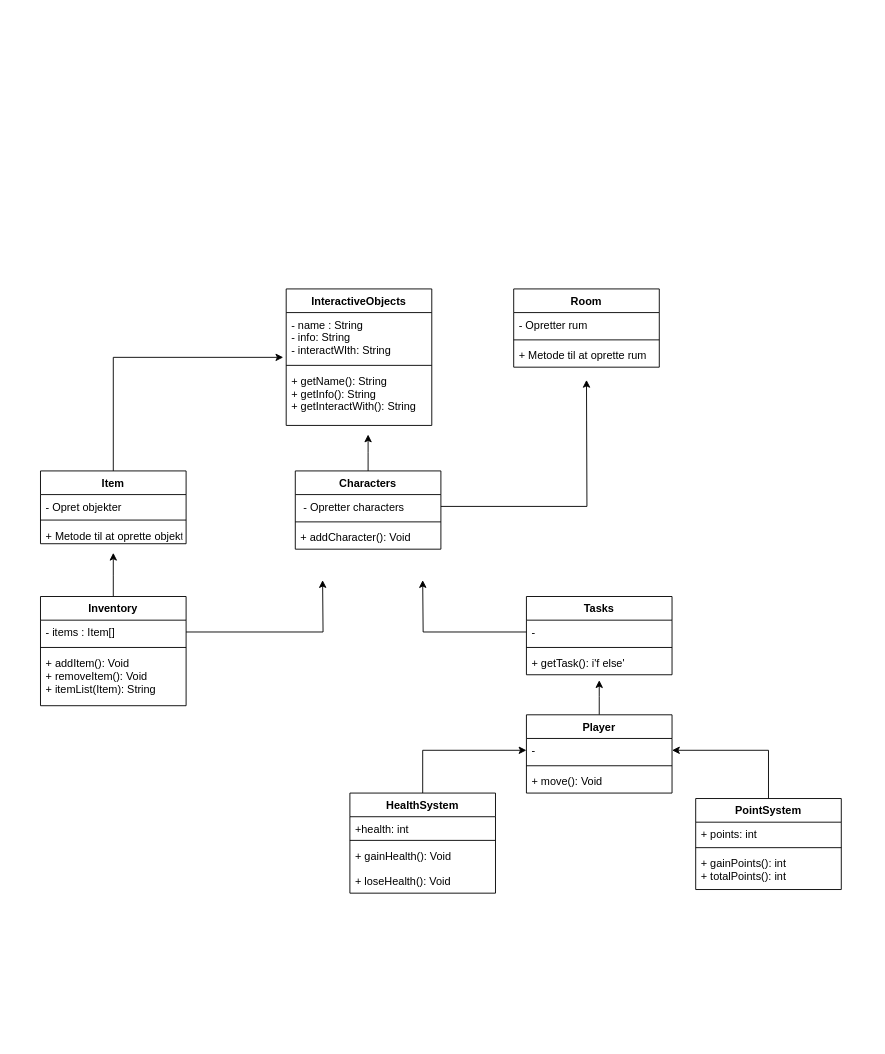
The draw.io diagram hvad skal hedde.drawio in sival19/Den-bedste-gruppe, before the edit. Source tidied: cells renumbered, new cells numbered last; positions are measured from the earlier drawing's top-left corner, leaving out a move shared by most shapes. Both pictures are drawn from the tidied source at 91%, with x=0, y=0 at pixel (40, 288).
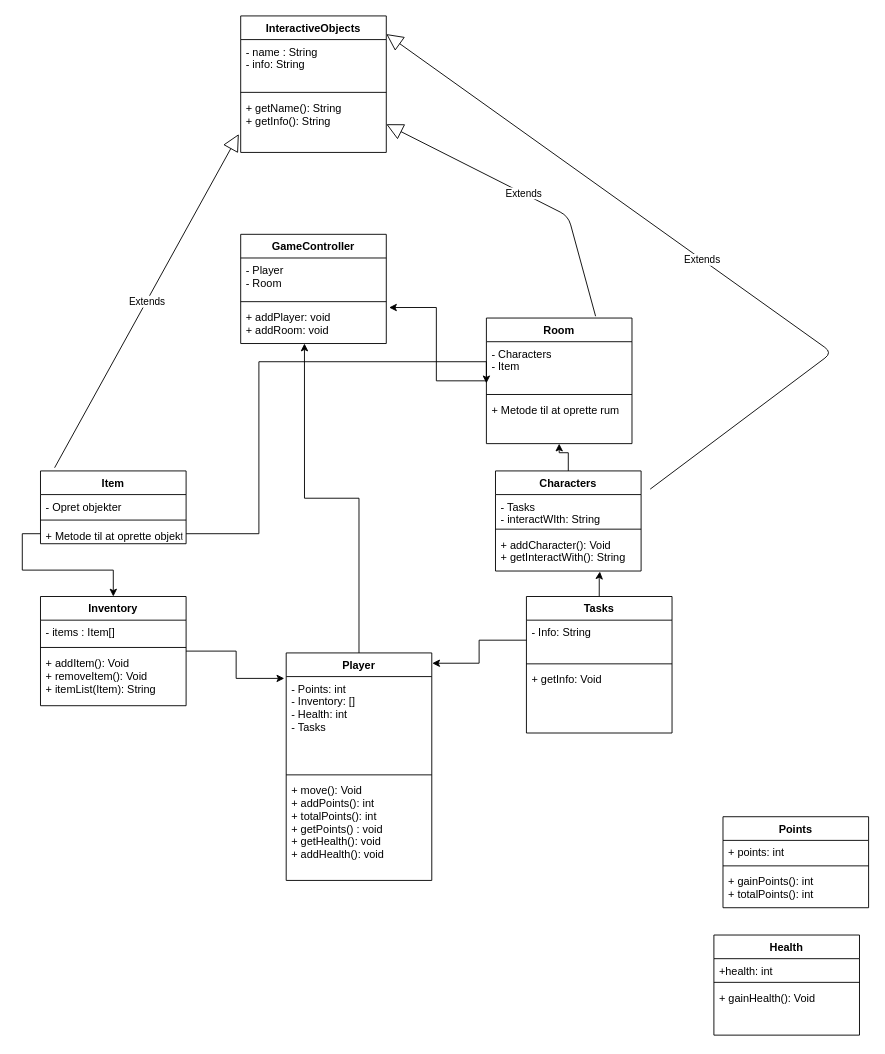
The same page after the edit.

Unchanged cells that the change refers to:
```xml
<mxCell id="22" value="Item" style="swimlane;fontStyle=1;align=center;verticalAlign=top;horizontal=1;startSize=26;" parent="1" vertex="1">
  <mxGeometry y="200" width="160" height="80" as="geometry" />
</mxCell>
<mxCell id="25" value="+ Metode til at oprette objekter" style="text;strokeColor=none;fillColor=none;align=left;verticalAlign=top;spacingLeft=4;spacingRight=4;overflow=hidden;points=[[0,0.5],[1,0.5]];portConstraint=eastwest;" parent="22" vertex="1">
  <mxGeometry y="58" width="160" height="22" as="geometry" />
</mxCell>
<mxCell id="43" value="Inventory" style="swimlane;fontStyle=1;align=center;verticalAlign=top;horizontal=1;startSize=26;" parent="1" vertex="1">
  <mxGeometry y="338" width="160" height="120" as="geometry" />
</mxCell>
<mxCell id="44" value="- items : Item[]" style="text;strokeColor=none;fillColor=none;align=left;verticalAlign=top;spacingLeft=4;spacingRight=4;overflow=hidden;points=[[0,0.5],[1,0.5]];portConstraint=eastwest;" parent="43" vertex="1">
  <mxGeometry y="26" width="160" height="26" as="geometry" />
</mxCell>
```

What changed in the source:
```diff
@@
     <mxCell id="2" value="InteractiveObjects" style="swimlane;fontStyle=1;align=center;verticalAlign=top;horizontal=1;startSize=26;" parent="1" vertex="1">
-      <mxGeometry x="270" width="160" height="150" as="geometry" />
+      <mxGeometry x="220" y="-300" width="160" height="150" as="geometry" />
     </mxCell>
-    <mxCell id="3" value="- name : String&#10;- info: String&#10;- interactWIth: String" style="text;strokeColor=none;fillColor=none;align=left;verticalAlign=top;spacingLeft=4;spacingRight=4;overflow=hidden;points=[[0,0.5],[1,0.5]];portConstraint=eastwest;" parent="2" vertex="1">
+    <mxCell id="3" value="- name : String&#10;- info: String&#10;" style="text;strokeColor=none;fillColor=none;align=left;verticalAlign=top;spacingLeft=4;spacingRight=4;overflow=hidden;points=[[0,0.5],[1,0.5]];portConstraint=eastwest;" parent="2" vertex="1">
       <mxGeometry y="26" width="160" height="54" as="geometry" />
     </mxCell>
@@
-    <mxCell id="5" value="+ getName(): String&#10;+ getInfo(): String&#10;+ getInteractWith(): String" style="text;strokeColor=none;fillColor=none;align=left;verticalAlign=top;spacingLeft=4;spacingRight=4;overflow=hidden;points=[[0,0.5],[1,0.5]];portConstraint=eastwest;" parent="2" vertex="1">
+    <mxCell id="5" value="+ getName(): String&#10;+ getInfo(): String&#10;" style="text;strokeColor=none;fillColor=none;align=left;verticalAlign=top;spacingLeft=4;spacingRight=4;overflow=hidden;points=[[0,0.5],[1,0.5]];portConstraint=eastwest;" parent="2" vertex="1">
       <mxGeometry y="88" width="160" height="62" as="geometry" />
     </mxCell>
-    <mxCell id="6" style="edgeStyle=orthogonalEdgeStyle;rounded=0;jettySize=auto;html=1;entryX=0;entryY=0.5;entryDx=0;entryDy=0;" parent="1" edge="1" source="7" target="18">
-      <mxGeometry relative="1" as="geometry" />
-    </mxCell>
-    <mxCell id="7" value="HealthSystem" style="swimlane;fontStyle=1;align=center;verticalAlign=top;horizontal=1;startSize=26;" parent="1" vertex="1">
-      <mxGeometry x="340" y="554" width="160" height="110" as="geometry" />
+    <mxCell id="7" value="Health" style="swimlane;fontStyle=1;align=center;verticalAlign=top;horizontal=1;startSize=26;" parent="1" vertex="1">
+      <mxGeometry x="740" y="710" width="160" height="110" as="geometry" />
     </mxCell>
@@
-    <mxCell id="10" value="+ gainHealth(): Void&#10;&#10;+ loseHealth(): Void" style="text;strokeColor=none;fillColor=none;align=left;verticalAlign=top;spacingLeft=4;spacingRight=4;overflow=hidden;" parent="7" vertex="1">
+    <mxCell id="10" value="+ gainHealth(): Void&#10;" style="text;strokeColor=none;fillColor=none;align=left;verticalAlign=top;spacingLeft=4;spacingRight=4;overflow=hidden;" parent="7" vertex="1">
       <mxGeometry y="56" width="160" height="54" as="geometry" />
     </mxCell>
-    <mxCell id="11" style="edgeStyle=orthogonalEdgeStyle;rounded=0;jettySize=auto;html=1;entryX=1;entryY=0.5;entryDx=0;entryDy=0;" parent="1" edge="1" source="12" target="18">
-      <mxGeometry relative="1" as="geometry" />
-    </mxCell>
-    <mxCell id="12" value="PointSystem" style="swimlane;fontStyle=1;align=center;verticalAlign=top;horizontal=1;startSize=26;" parent="1" vertex="1">
-      <mxGeometry x="720" y="560" width="160" height="100" as="geometry" />
+    <mxCell id="12" value="Points" style="swimlane;fontStyle=1;align=center;verticalAlign=top;horizontal=1;startSize=26;" parent="1" vertex="1">
+      <mxGeometry x="750" y="580" width="160" height="100" as="geometry" />
     </mxCell>
@@
-    <mxCell id="16" style="edgeStyle=orthogonalEdgeStyle;rounded=0;jettySize=auto;html=1;" parent="1" edge="1" source="17">
-      <mxGeometry relative="1" as="geometry">
-        <mxPoint x="614" y="430" as="targetPoint" />
-      </mxGeometry>
-    </mxCell>
+    <mxCell id="47" style="edgeStyle=orthogonalEdgeStyle;rounded=0;jettySize=auto;html=1;entryX=0.438;entryY=1;entryDx=0;entryDy=0;entryPerimeter=0;" parent="1" edge="1" source="17" target="57">
+      <mxGeometry relative="1" as="geometry" />
+    </mxCell>
     <mxCell id="17" value="Player" style="swimlane;fontStyle=1;align=center;verticalAlign=top;horizontal=1;startSize=26;" parent="1" vertex="1">
-      <mxGeometry x="534" y="468" width="160" height="86" as="geometry" />
+      <mxGeometry x="270" y="400" width="160" height="250" as="geometry" />
     </mxCell>
-    <mxCell id="18" value="- " style="text;strokeColor=none;fillColor=none;align=left;verticalAlign=top;spacingLeft=4;spacingRight=4;overflow=hidden;points=[[0,0.5],[1,0.5]];portConstraint=eastwest;" parent="17" vertex="1">
-      <mxGeometry y="26" width="160" height="26" as="geometry" />
+    <mxCell id="18" value="- Points: int&#10;- Inventory: [] &#10;- Health: int&#10;- Tasks" style="text;strokeColor=none;fillColor=none;align=left;verticalAlign=top;spacingLeft=4;spacingRight=4;overflow=hidden;points=[[0,0.5],[1,0.5]];portConstraint=eastwest;" parent="17" vertex="1">
+      <mxGeometry y="26" width="160" height="104" as="geometry" />
     </mxCell>
     <mxCell id="19" style="line;strokeWidth=1;fillColor=none;align=left;verticalAlign=middle;spacingTop=-1;spacingLeft=3;spacingRight=3;labelPosition=right;" parent="17" vertex="1">
-      <mxGeometry y="52" width="160" height="8" as="geometry" />
+      <mxGeometry y="130" width="160" height="8" as="geometry" />
     </mxCell>
-    <mxCell id="20" value="+ move(): Void" style="text;strokeColor=none;fillColor=none;align=left;verticalAlign=top;spacingLeft=4;spacingRight=4;overflow=hidden;" parent="17" vertex="1">
-      <mxGeometry y="60" width="160" height="26" as="geometry" />
+    <mxCell id="20" value="+ move(): Void&#10;+ addPoints(): int&#10;+ totalPoints(): int&#10;+ getPoints() : void&#10;+ getHealth(): void&#10;+ addHealth(): void" style="text;strokeColor=none;fillColor=none;align=left;verticalAlign=top;spacingLeft=4;spacingRight=4;overflow=hidden;" parent="17" vertex="1">
+      <mxGeometry y="138" width="160" height="112" as="geometry" />
     </mxCell>
-    <mxCell id="21" style="edgeStyle=orthogonalEdgeStyle;rounded=0;jettySize=auto;html=1;entryX=-0.02;entryY=0.911;entryDx=0;entryDy=0;entryPerimeter=0;" parent="1" edge="1" source="22" target="3">
-      <mxGeometry relative="1" as="geometry" />
-    </mxCell>
@@
+    <mxCell id="48" style="edgeStyle=orthogonalEdgeStyle;rounded=0;jettySize=auto;html=1;entryX=0.717;entryY=1.013;entryDx=0;entryDy=0;entryPerimeter=0;" parent="1" edge="1" source="26" target="40">
+      <mxGeometry relative="1" as="geometry" />
+    </mxCell>
     <mxCell id="26" value="Tasks" style="swimlane;fontStyle=1;align=center;verticalAlign=top;horizontal=1;startSize=26;" parent="1" vertex="1">
-      <mxGeometry x="534" y="338" width="160" height="86" as="geometry" />
+      <mxGeometry x="534" y="338" width="160" height="150" as="geometry" />
     </mxCell>
-    <mxCell id="27" value="-" style="text;strokeColor=none;fillColor=none;align=left;verticalAlign=top;spacingLeft=4;spacingRight=4;overflow=hidden;points=[[0,0.5],[1,0.5]];portConstraint=eastwest;" parent="26" vertex="1">
-      <mxGeometry y="26" width="160" height="26" as="geometry" />
+    <mxCell id="27" value="- Info: String" style="text;strokeColor=none;fillColor=none;align=left;verticalAlign=top;spacingLeft=4;spacingRight=4;overflow=hidden;points=[[0,0.5],[1,0.5]];portConstraint=eastwest;" parent="26" vertex="1">
+      <mxGeometry y="26" width="160" height="44" as="geometry" />
     </mxCell>
     <mxCell id="28" style="line;strokeWidth=1;fillColor=none;align=left;verticalAlign=middle;spacingTop=-1;spacingLeft=3;spacingRight=3;labelPosition=right;" parent="26" vertex="1">
-      <mxGeometry y="52" width="160" height="8" as="geometry" />
+      <mxGeometry y="70" width="160" height="8" as="geometry" />
     </mxCell>
-    <mxCell id="29" value="+ getTask(): i'f else'" style="text;strokeColor=none;fillColor=none;align=left;verticalAlign=top;spacingLeft=4;spacingRight=4;overflow=hidden;" parent="26" vertex="1">
-      <mxGeometry y="60" width="160" height="26" as="geometry" />
+    <mxCell id="29" value="+ getInfo: Void" style="text;strokeColor=none;fillColor=none;align=left;verticalAlign=top;spacingLeft=4;spacingRight=4;overflow=hidden;" parent="26" vertex="1">
+      <mxGeometry y="78" width="160" height="72" as="geometry" />
     </mxCell>
+    <mxCell id="49" style="edgeStyle=orthogonalEdgeStyle;rounded=0;jettySize=auto;html=1;entryX=1.019;entryY=0.058;entryDx=0;entryDy=0;entryPerimeter=0;" parent="1" edge="1" source="30" target="57">
+      <mxGeometry relative="1" as="geometry" />
+    </mxCell>
     <mxCell id="30" value="Room" style="swimlane;fontStyle=1;align=center;verticalAlign=top;horizontal=1;startSize=26;" parent="1" vertex="1">
-      <mxGeometry x="520" width="160" height="86" as="geometry" />
+      <mxGeometry x="490" y="32" width="160" height="138" as="geometry" />
     </mxCell>
-    <mxCell id="31" value="- Opretter rum" style="text;strokeColor=none;fillColor=none;align=left;verticalAlign=top;spacingLeft=4;spacingRight=4;overflow=hidden;points=[[0,0.5],[1,0.5]];portConstraint=eastwest;" parent="30" vertex="1">
-      <mxGeometry y="26" width="160" height="26" as="geometry" />
+    <mxCell id="31" value="- Characters&#10;- Item " style="text;strokeColor=none;fillColor=none;align=left;verticalAlign=top;spacingLeft=4;spacingRight=4;overflow=hidden;points=[[0,0.5],[1,0.5]];portConstraint=eastwest;" parent="30" vertex="1">
+      <mxGeometry y="26" width="160" height="54" as="geometry" />
     </mxCell>
     <mxCell id="32" style="line;strokeWidth=1;fillColor=none;align=left;verticalAlign=middle;spacingTop=-1;spacingLeft=3;spacingRight=3;labelPosition=right;" parent="30" vertex="1">
-      <mxGeometry y="52" width="160" height="8" as="geometry" />
+      <mxGeometry y="80" width="160" height="8" as="geometry" />
     </mxCell>
     <mxCell id="33" value="+ Metode til at oprette rum" style="text;strokeColor=none;fillColor=none;align=left;verticalAlign=top;spacingLeft=4;spacingRight=4;overflow=hidden;" parent="30" vertex="1">
-      <mxGeometry y="60" width="160" height="26" as="geometry" />
+      <mxGeometry y="88" width="160" height="50" as="geometry" />
     </mxCell>
-    <mxCell id="34" style="edgeStyle=orthogonalEdgeStyle;rounded=0;jettySize=auto;html=1;" parent="1" edge="1" source="27">
-      <mxGeometry relative="1" as="geometry">
-        <mxPoint x="420" y="320" as="targetPoint" />
-      </mxGeometry>
-    </mxCell>
-    <mxCell id="35" style="edgeStyle=orthogonalEdgeStyle;rounded=0;jettySize=auto;html=1;" parent="1" edge="1" source="44">
-      <mxGeometry relative="1" as="geometry">
-        <mxPoint x="310" y="320" as="targetPoint" />
-      </mxGeometry>
-    </mxCell>
-    <mxCell id="36" style="edgeStyle=orthogonalEdgeStyle;rounded=0;jettySize=auto;html=1;" parent="1" edge="1" source="37">
-      <mxGeometry relative="1" as="geometry">
-        <mxPoint x="360" y="160" as="targetPoint" />
-      </mxGeometry>
-    </mxCell>
+    <mxCell id="50" style="edgeStyle=orthogonalEdgeStyle;rounded=0;jettySize=auto;html=1;entryX=0.5;entryY=1;entryDx=0;entryDy=0;" parent="1" edge="1" source="37" target="30">
+      <mxGeometry relative="1" as="geometry" />
+    </mxCell>
     <mxCell id="37" value="Characters" style="swimlane;fontStyle=1;align=center;verticalAlign=top;horizontal=1;startSize=26;" parent="1" vertex="1">
-      <mxGeometry x="280" y="200" width="160" height="86" as="geometry" />
+      <mxGeometry x="500" y="200" width="160" height="110" as="geometry" />
     </mxCell>
-    <mxCell id="38" value=" - Opretter characters" style="text;strokeColor=none;fillColor=none;align=left;verticalAlign=top;spacingLeft=4;spacingRight=4;overflow=hidden;points=[[0,0.5],[1,0.5]];portConstraint=eastwest;" parent="37" vertex="1">
-      <mxGeometry y="26" width="160" height="26" as="geometry" />
+    <mxCell id="38" value="- Tasks&#10;- interactWIth: String" style="text;strokeColor=none;fillColor=none;align=left;verticalAlign=top;spacingLeft=4;spacingRight=4;overflow=hidden;points=[[0,0.5],[1,0.5]];portConstraint=eastwest;" parent="37" vertex="1">
+      <mxGeometry y="26" width="160" height="34" as="geometry" />
     </mxCell>
     <mxCell id="39" style="line;strokeWidth=1;fillColor=none;align=left;verticalAlign=middle;spacingTop=-1;spacingLeft=3;spacingRight=3;labelPosition=right;" parent="37" vertex="1">
-      <mxGeometry y="52" width="160" height="8" as="geometry" />
+      <mxGeometry y="60" width="160" height="8" as="geometry" />
     </mxCell>
-    <mxCell id="40" value="+ addCharacter(): Void" style="text;strokeColor=none;fillColor=none;align=left;verticalAlign=top;spacingLeft=4;spacingRight=4;overflow=hidden;points=[[0,0.5],[1,0.5]];portConstraint=eastwest;" parent="37" vertex="1">
-      <mxGeometry y="60" width="160" height="26" as="geometry" />
+    <mxCell id="40" value="+ addCharacter(): Void&#10;+ getInteractWith(): String" style="text;strokeColor=none;fillColor=none;align=left;verticalAlign=top;spacingLeft=4;spacingRight=4;overflow=hidden;points=[[0,0.5],[1,0.5]];portConstraint=eastwest;" parent="37" vertex="1">
+      <mxGeometry y="68" width="160" height="42" as="geometry" />
     </mxCell>
-    <mxCell id="41" style="edgeStyle=orthogonalEdgeStyle;rounded=0;jettySize=auto;html=1;" parent="1" edge="1" source="38">
-      <mxGeometry relative="1" as="geometry">
-        <mxPoint x="600" y="100" as="targetPoint" />
-      </mxGeometry>
-    </mxCell>
-    <mxCell id="42" style="edgeStyle=orthogonalEdgeStyle;rounded=0;jettySize=auto;html=1;" parent="1" edge="1" source="43">
-      <mxGeometry relative="1" as="geometry">
-        <mxPoint x="80" y="290" as="targetPoint" />
-      </mxGeometry>
-    </mxCell>
+    <mxCell id="51" style="edgeStyle=orthogonalEdgeStyle;rounded=0;jettySize=auto;html=1;entryX=-0.013;entryY=0.112;entryDx=0;entryDy=0;entryPerimeter=0;" parent="1" edge="1" source="43" target="17">
+      <mxGeometry relative="1" as="geometry" />
+    </mxCell>
@@
+    <mxCell id="52" style="edgeStyle=orthogonalEdgeStyle;rounded=0;jettySize=auto;html=1;" parent="1" edge="1" source="25" target="43">
+      <mxGeometry relative="1" as="geometry" />
+    </mxCell>
+    <mxCell id="53" value="Extends" style="endArrow=block;endSize=16;endFill=0;html=1;entryX=1;entryY=0.5;entryDx=0;entryDy=0;" parent="1" edge="1" target="5">
+      <mxGeometry relative="1" as="geometry">
+        <mxPoint x="610" y="30" as="sourcePoint" />
+        <Array as="points">
+          <mxPoint x="580" y="-80" />
+        </Array>
+      </mxGeometry>
+    </mxCell>
+    <mxCell id="54" value="GameController" style="swimlane;fontStyle=1;align=center;verticalAlign=top;horizontal=1;startSize=26;" parent="1" vertex="1">
+      <mxGeometry x="220" y="-60" width="160" height="120" as="geometry" />
+    </mxCell>
+    <mxCell id="55" value="- Player&#10;- Room" style="text;strokeColor=none;fillColor=none;align=left;verticalAlign=top;spacingLeft=4;spacingRight=4;overflow=hidden;" parent="54" vertex="1">
+      <mxGeometry y="26" width="160" height="44" as="geometry" />
+    </mxCell>
+    <mxCell id="56" style="line;strokeWidth=1;fillColor=none;align=left;verticalAlign=middle;spacingTop=-1;spacingLeft=3;spacingRight=3;labelPosition=right;" parent="54" vertex="1">
+      <mxGeometry y="70" width="160" height="8" as="geometry" />
+    </mxCell>
+    <mxCell id="57" value="+ addPlayer: void&#10;+ addRoom: void" style="text;strokeColor=none;fillColor=none;align=left;verticalAlign=top;spacingLeft=4;spacingRight=4;overflow=hidden;points=[[0,0.5],[1,0.5]];portConstraint=eastwest;" parent="54" vertex="1">
+      <mxGeometry y="78" width="160" height="42" as="geometry" />
+    </mxCell>
+    <mxCell id="58" value="Extends" style="endArrow=block;endSize=16;endFill=0;html=1;entryX=-0.013;entryY=0.675;entryDx=0;entryDy=0;entryPerimeter=0;exitX=0.097;exitY=-0.044;exitDx=0;exitDy=0;exitPerimeter=0;" parent="1" edge="1" source="22" target="5">
+      <mxGeometry relative="1" as="geometry" />
+    </mxCell>
+    <mxCell id="59" value="Extends" style="endArrow=block;endSize=16;endFill=0;html=1;entryX=1;entryY=0.133;entryDx=0;entryDy=0;entryPerimeter=0;" parent="1" edge="1" target="2">
+      <mxGeometry relative="1" as="geometry">
+        <mxPoint x="670" y="220" as="sourcePoint" />
+        <Array as="points">
+          <mxPoint x="870" y="70" />
+        </Array>
+      </mxGeometry>
+    </mxCell>
+    <mxCell id="60" style="edgeStyle=orthogonalEdgeStyle;rounded=0;jettySize=auto;html=1;entryX=1.003;entryY=-0.141;entryDx=0;entryDy=0;entryPerimeter=0;" parent="1" edge="1" source="27" target="18">
+      <mxGeometry relative="1" as="geometry" />
+    </mxCell>
+    <mxCell id="61" style="edgeStyle=orthogonalEdgeStyle;rounded=0;jettySize=auto;html=1;entryX=0;entryY=0.846;entryDx=0;entryDy=0;entryPerimeter=0;" parent="1" edge="1" source="25" target="31">
+      <mxGeometry relative="1" as="geometry">
+        <Array as="points">
+          <mxPoint x="240" y="269" />
+          <mxPoint x="240" y="80" />
+        </Array>
+      </mxGeometry>
+    </mxCell>
```
